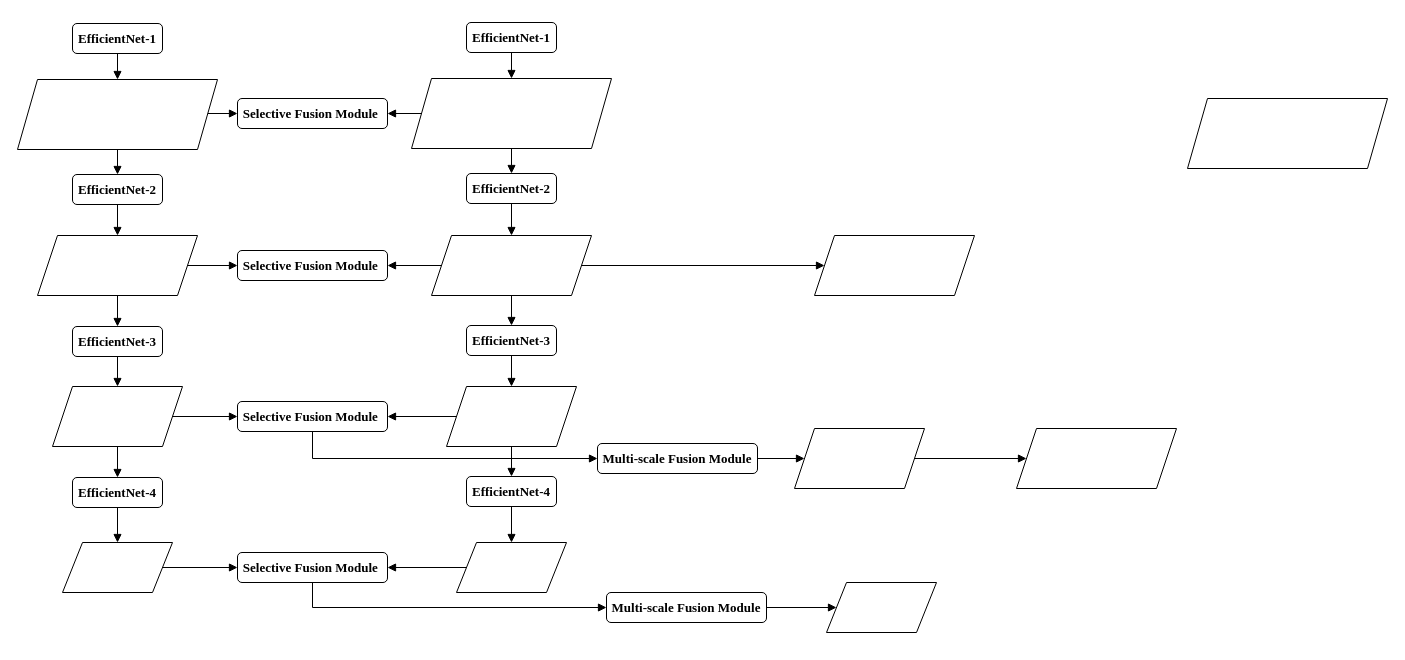
Above: DMNet.drawio in qiuluyi/Remote-sensing (draw.io), before the change. Source tidied: cells renumbered, new cells numbered last; positions are measured from the earlier drawing's top-left corner, leaving out a move shared by most shapes. Both pictures are drawn from the tidied source at 100%, with x=0, y=0 at pixel (17, 22).
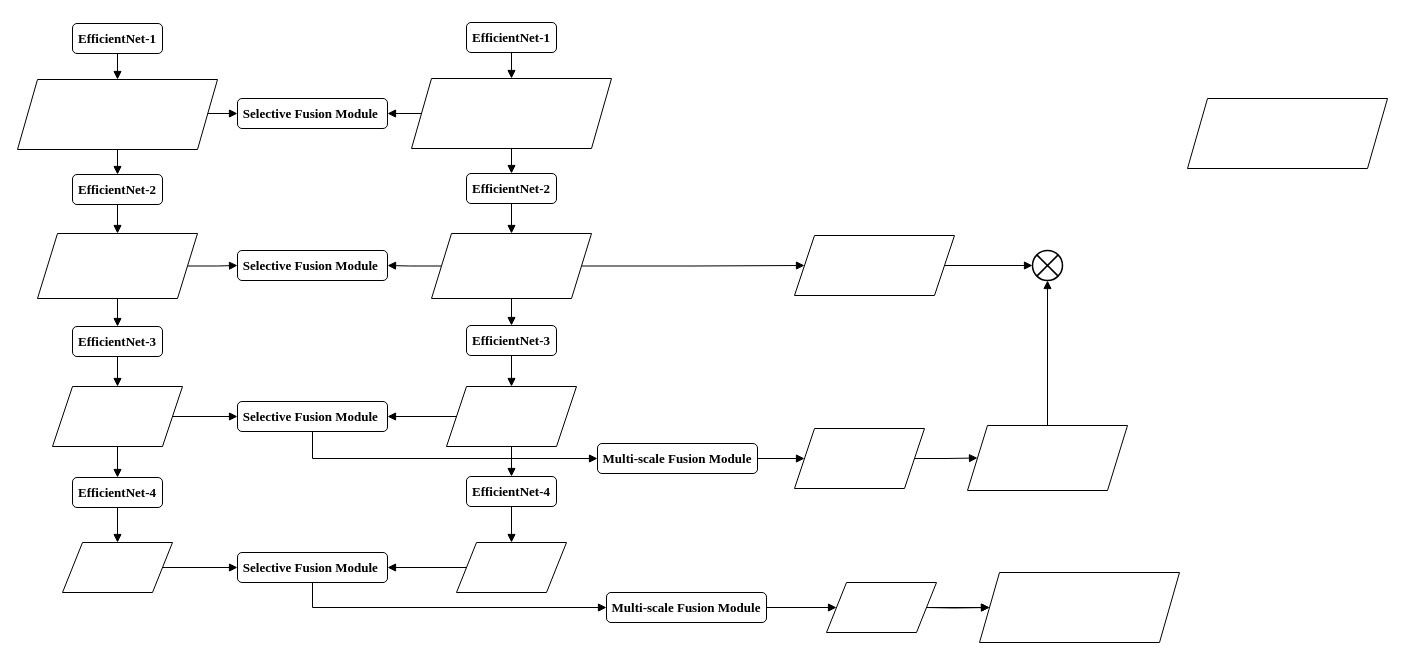
After the change.

The change refers to these unchanged cells:
```xml
<mxCell id="52" style="shape=parallelogram;perimeter=parallelogramPerimeter;whiteSpace=wrap;html=1;fixedSize=1;" parent="1" vertex="1">
  <mxGeometry x="809" y="560" width="110" height="50" as="geometry" />
</mxCell>
```

What changed in the source:
```diff
@@
     <mxCell id="4" style="shape=parallelogram;perimeter=parallelogramPerimeter;whiteSpace=wrap;html=1;fixedSize=1;" parent="1" vertex="1">
-      <mxGeometry x="20" y="213" width="160" height="60" as="geometry" />
+      <mxGeometry x="20" y="211" width="160" height="65" as="geometry" />
     </mxCell>
@@
     <mxCell id="24" style="shape=parallelogram;perimeter=parallelogramPerimeter;whiteSpace=wrap;html=1;fixedSize=1;" parent="1" vertex="1">
-      <mxGeometry x="414" y="213" width="160" height="60" as="geometry" />
+      <mxGeometry x="414" y="211" width="160" height="65" as="geometry" />
     </mxCell>
@@
+    <mxCell id="57" style="edgeStyle=orthogonalEdgeStyle;rounded=0;jettySize=auto;html=1;fontFamily=Times New Roman;fontSize=13;endArrow=block;endFill=1;" parent="1" edge="1" source="52" target="62">
+      <mxGeometry relative="1" as="geometry" />
+    </mxCell>
@@
+    <mxCell id="58" style="edgeStyle=orthogonalEdgeStyle;rounded=0;jettySize=auto;html=1;exitX=1;exitY=0.5;exitDx=0;exitDy=0;entryX=0;entryY=0.5;entryDx=0;entryDy=0;fontFamily=Times New Roman;fontSize=13;endArrow=block;endFill=1;" parent="1" edge="1" source="55" target="60">
+      <mxGeometry relative="1" as="geometry" />
+    </mxCell>
     <mxCell id="55" style="shape=parallelogram;perimeter=parallelogramPerimeter;whiteSpace=wrap;html=1;fixedSize=1;" parent="1" vertex="1">
-      <mxGeometry x="797" y="213" width="160" height="60" as="geometry" />
+      <mxGeometry x="777" y="213" width="160" height="60" as="geometry" />
     </mxCell>
+    <mxCell id="59" style="edgeStyle=orthogonalEdgeStyle;rounded=0;jettySize=auto;html=1;exitX=0.5;exitY=0;exitDx=0;exitDy=0;entryX=0.5;entryY=1;entryDx=0;entryDy=0;fontFamily=Times New Roman;fontSize=13;endArrow=block;endFill=1;" parent="1" edge="1" source="56" target="60">
+      <mxGeometry relative="1" as="geometry" />
+    </mxCell>
     <mxCell id="56" style="shape=parallelogram;perimeter=parallelogramPerimeter;whiteSpace=wrap;html=1;fixedSize=1;" parent="1" vertex="1">
-      <mxGeometry x="999" y="406" width="160" height="60" as="geometry" />
+      <mxGeometry x="950" y="403" width="160" height="65" as="geometry" />
     </mxCell>
+    <mxCell id="60" style="shape=sumEllipse;perimeter=ellipsePerimeter;whiteSpace=wrap;html=1;backgroundOutline=1;fontFamily=Times New Roman;fontSize=13;strokeWidth=1.5;" parent="1" vertex="1">
+      <mxGeometry x="1015" y="228" width="30" height="30" as="geometry" />
+    </mxCell>
+    <mxCell id="61" style="edgeStyle=orthogonalEdgeStyle;rounded=0;jettySize=auto;html=1;exitX=1;exitY=0.5;exitDx=0;exitDy=0;entryX=0;entryY=0.5;entryDx=0;entryDy=0;fontFamily=Times New Roman;fontSize=13;endArrow=block;endFill=1;" parent="1" edge="1" target="62">
+      <mxGeometry relative="1" as="geometry">
+        <mxPoint x="909" y="585" as="sourcePoint" />
+      </mxGeometry>
+    </mxCell>
+    <mxCell id="62" style="shape=parallelogram;perimeter=parallelogramPerimeter;whiteSpace=wrap;html=1;fixedSize=1;" parent="1" vertex="1">
+      <mxGeometry x="962" y="550" width="200" height="70" as="geometry" />
+    </mxCell>
```
